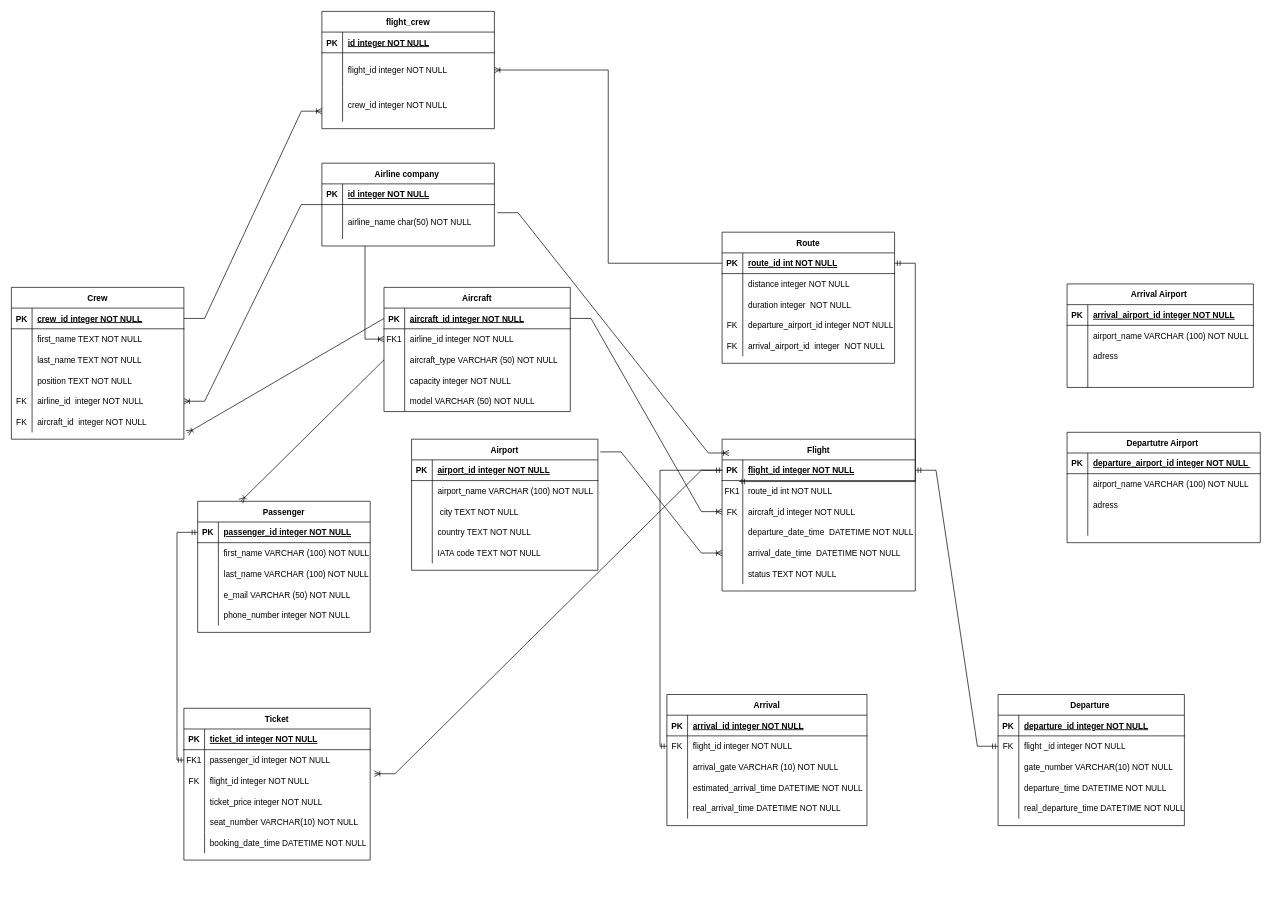
The draw.io diagram model_conceptual.drawio in vladmagosin/examen_sem_1_db, before the edit. Source tidied: cells renumbered, new cells numbered last; positions are measured from the earlier drawing's top-left corner, leaving out a move shared by most shapes. Both pictures are drawn from the tidied source at 69%, with x=0, y=0 at pixel (11, 11).
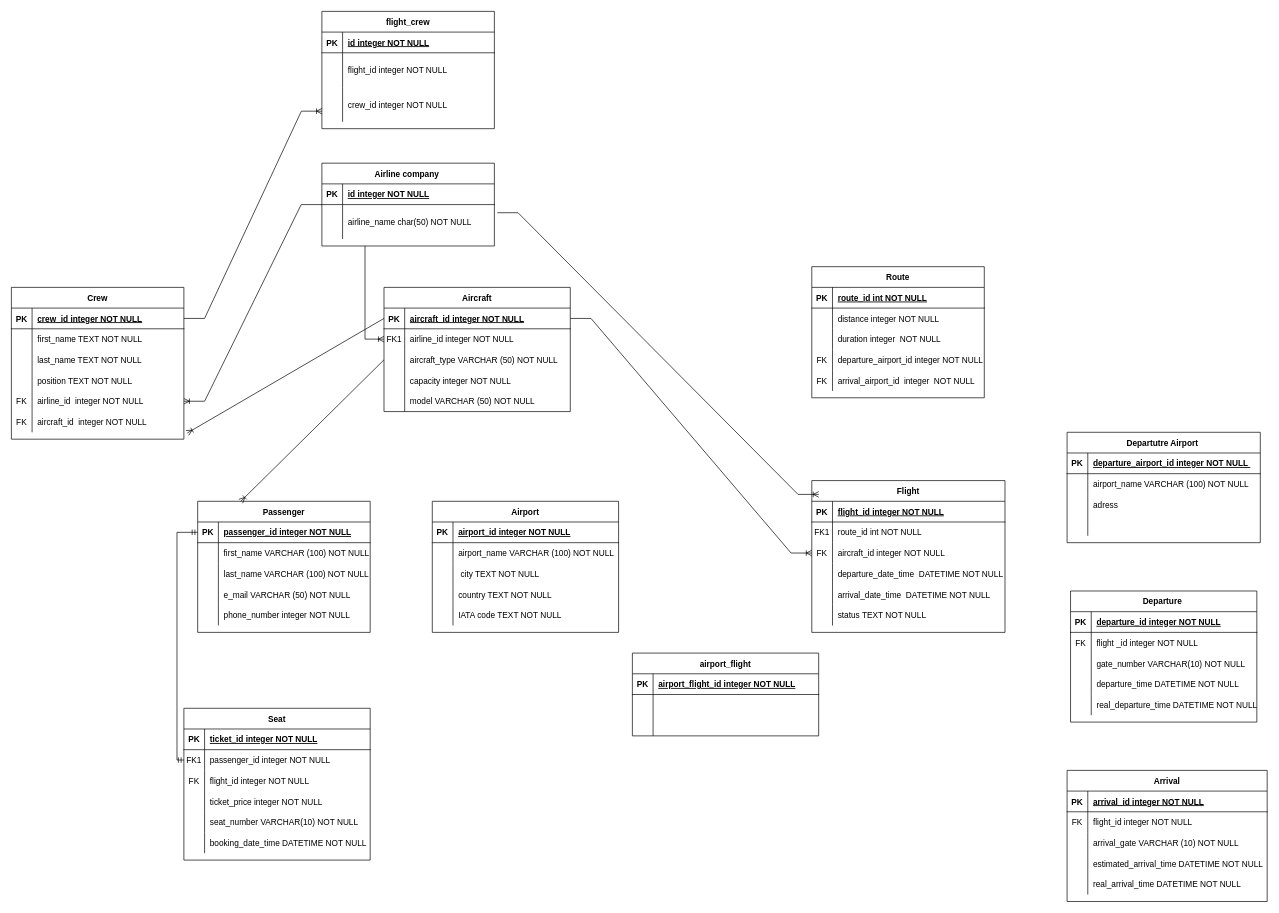
The same diagram, later.

Unchanged cells that the change refers to:
```xml
<mxCell id="42" style="shape=partialRectangle;fillColor=none;points=[[0,0.5],[1,0.5]];portConstraint=eastwest;top=0;left=0;right=0;bottom=1;" parent="41" vertex="1">
  <mxGeometry y="30" width="280" height="30" as="geometry" />
</mxCell>
<mxCell id="45" style="shape=partialRectangle;fillColor=none;points=[[0,0.5],[1,0.5]];portConstraint=eastwest;top=0;left=0;right=0;bottom=0;" parent="41" vertex="1">
  <mxGeometry y="60" width="280" height="30" as="geometry" />
</mxCell>
<mxCell id="54" style="shape=partialRectangle;fillColor=none;points=[[0,0.5],[1,0.5]];portConstraint=eastwest;top=0;left=0;right=0;bottom=0;" parent="41" vertex="1">
  <mxGeometry y="150" width="280" height="30" as="geometry" />
</mxCell>
<mxCell id="80" style="shape=partialRectangle;fillColor=none;points=[[0,0.5],[1,0.5]];portConstraint=eastwest;top=0;left=0;right=0;bottom=1;" parent="79" vertex="1">
  <mxGeometry y="30" width="250" height="30" as="geometry" />
</mxCell>
<mxCell id="118" style="shape=partialRectangle;fillColor=none;points=[[0,0.5],[1,0.5]];portConstraint=eastwest;top=0;left=0;right=0;bottom=0;" parent="111" vertex="1">
  <mxGeometry y="90" width="270" height="30" as="geometry" />
</mxCell>
<mxCell id="134" style="shape=partialRectangle;fillColor=none;points=[[0,0.5],[1,0.5]];portConstraint=eastwest;top=0;left=0;right=0;bottom=0;" parent="130" vertex="1">
  <mxGeometry y="60" width="270" height="30" as="geometry" />
</mxCell>
<mxCell id="150" style="shape=partialRectangle;fillColor=none;points=[[0,0.5],[1,0.5]];portConstraint=eastwest;top=0;left=0;right=0;bottom=0;" parent="146" vertex="1">
  <mxGeometry y="60" width="290" height="30" as="geometry" />
</mxCell>
<mxCell id="168" style="shape=partialRectangle;fillColor=none;top=0;left=0;right=0;bottom=1;" parent="167" vertex="1">
  <mxGeometry y="30" width="270" height="30" as="geometry" />
</mxCell>
<mxCell id="171" style="shape=partialRectangle;fillColor=none;top=0;left=0;right=0;bottom=0;" parent="167" vertex="1">
  <mxGeometry y="60" width="270" height="30" as="geometry" />
</mxCell>
<mxCell id="174" style="shape=partialRectangle;fillColor=none;top=0;left=0;right=0;bottom=0;" parent="167" vertex="1">
  <mxGeometry y="90" width="270" height="30" as="geometry" />
</mxCell>
<mxCell id="202" style="shape=partialRectangle;fillColor=none;points=[[0,0.5],[1,0.5]];portConstraint=eastwest;top=0;left=0;right=0;bottom=0;" parent="198" vertex="1">
  <mxGeometry y="60" width="250" height="50" as="geometry" />
</mxCell>
```

Diff of the diagram source:
```diff
@@
     <mxCell id="41" value="Flight" style="shape=table;startSize=30;childLayout=tableLayout;rowLines=0;fontStyle=1;align=center;" parent="1" vertex="1">
-      <mxGeometry x="1030" y="620" width="280" height="220" as="geometry" />
+      <mxGeometry x="1160" y="680" width="280" height="220" as="geometry" />
     </mxCell>
@@
     <mxCell id="79" value="Route" style="shape=table;startSize=30;childLayout=tableLayout;rowLines=0;fontStyle=1;align=center;" parent="1" vertex="1">
-      <mxGeometry x="1030" y="320" width="250" height="190" as="geometry" />
+      <mxGeometry x="1160" y="370" width="250" height="190" as="geometry" />
     </mxCell>
@@
     <mxCell id="95" value="Airport" style="shape=table;startSize=30;childLayout=tableLayout;rowLines=0;fontStyle=1;align=center;" parent="1" vertex="1">
-      <mxGeometry x="580" y="620" width="270" height="190" as="geometry" />
+      <mxGeometry x="610" y="710" width="270" height="190" as="geometry" />
     </mxCell>
@@
-    <mxCell id="111" value="Ticket" style="shape=table;startSize=30;childLayout=tableLayout;rowLines=0;fontStyle=1;align=center;" parent="1" vertex="1">
+    <mxCell id="111" value="Seat" style="shape=table;startSize=30;childLayout=tableLayout;rowLines=0;fontStyle=1;align=center;" parent="1" vertex="1">
       <mxGeometry x="250" y="1010" width="270" height="220" as="geometry" />
     </mxCell>
@@
     <mxCell id="130" value="Departure " style="shape=table;startSize=30;childLayout=tableLayout;rowLines=0;fontStyle=1;align=center;" parent="1" vertex="1">
-      <mxGeometry x="1430" y="990" width="270" height="190" as="geometry" />
+      <mxGeometry x="1535" y="840" width="270" height="190" as="geometry" />
     </mxCell>
@@
     <mxCell id="146" value="Arrival" style="shape=table;startSize=30;childLayout=tableLayout;rowLines=0;fontStyle=1;align=center;" parent="1" vertex="1">
-      <mxGeometry x="950" y="990" width="290" height="190" as="geometry" />
+      <mxGeometry x="1530" y="1100" width="290" height="190" as="geometry" />
     </mxCell>
@@
-    <mxCell id="167" value="Arrival Airport " style="shape=table;startSize=30;childLayout=tableLayout;rowLines=0;fontStyle=1;align=center;" parent="1" vertex="1">
-      <mxGeometry x="1530" y="395" width="270" height="150" as="geometry" />
+    <mxCell id="167" value="airport_flight" style="shape=table;startSize=30;childLayout=tableLayout;rowLines=0;fontStyle=1;align=center;" parent="1" vertex="1">
+      <mxGeometry x="900" y="930" width="270" height="120" as="geometry" />
     </mxCell>
@@
-    <mxCell id="170" value="arrival_airport_id integer NOT NULL " style="shape=partialRectangle;overflow=hidden;fillColor=none;top=0;left=0;bottom=0;right=0;align=left;spacingLeft=6;fontStyle=5;" parent="168" vertex="1">
+    <mxCell id="170" value="airport_flight_id integer NOT NULL " style="shape=partialRectangle;overflow=hidden;fillColor=none;top=0;left=0;bottom=0;right=0;align=left;spacingLeft=6;fontStyle=5;" parent="168" vertex="1">
       <mxGeometry x="30" width="240" height="30" as="geometry" />
     </mxCell>
@@
-    <mxCell id="173" value="airport_name VARCHAR (100) NOT NULL" style="shape=partialRectangle;overflow=hidden;fillColor=none;top=0;left=0;bottom=0;right=0;align=left;spacingLeft=6;" parent="171" vertex="1">
+    <mxCell id="173" style="shape=partialRectangle;overflow=hidden;fillColor=none;top=0;left=0;bottom=0;right=0;align=left;spacingLeft=6;" parent="171" vertex="1">
       <mxGeometry x="30" width="240" height="30" as="geometry" />
     </mxCell>
@@
-    <mxCell id="176" value="adress" style="shape=partialRectangle;overflow=hidden;fillColor=none;top=0;left=0;bottom=0;right=0;align=left;spacingLeft=6;" parent="174" vertex="1">
+    <mxCell id="176" style="shape=partialRectangle;overflow=hidden;fillColor=none;top=0;left=0;bottom=0;right=0;align=left;spacingLeft=6;" parent="174" vertex="1">
       <mxGeometry x="30" width="240" height="30" as="geometry" />
     </mxCell>
-    <mxCell id="177" style="shape=partialRectangle;fillColor=none;top=0;left=0;right=0;bottom=0;" parent="167" vertex="1">
-      <mxGeometry y="120" width="270" height="30" as="geometry" />
-    </mxCell>
-    <mxCell id="178" style="shape=partialRectangle;overflow=hidden;fillColor=none;top=0;left=0;bottom=0;right=0;" parent="177" vertex="1">
-      <mxGeometry width="30" height="30" as="geometry" />
-    </mxCell>
-    <mxCell id="179" style="shape=partialRectangle;overflow=hidden;fillColor=none;top=0;left=0;bottom=0;right=0;align=left;spacingLeft=6;" parent="177" vertex="1">
-      <mxGeometry x="30" width="240" height="30" as="geometry" />
-    </mxCell>
@@
-    <mxCell id="193" style="edgeStyle=entityRelationEdgeStyle;fontSize=12;html=1;endArrow=ERmandOne;startArrow=ERmandOne;rounded=0;entryX=0.088;entryY=0.047;entryDx=0;entryDy=0;entryPerimeter=0;" parent="1" edge="1" source="80" target="45">
-      <mxGeometry relative="1" as="geometry" />
-    </mxCell>
@@
-    <mxCell id="195" style="edgeStyle=entityRelationEdgeStyle;fontSize=12;html=1;endArrow=ERoneToMany;rounded=0;entryX=1.022;entryY=0.162;entryDx=0;entryDy=0;entryPerimeter=0;" parent="1" edge="1" source="42" target="118">
-      <mxGeometry relative="1" as="geometry">
-        <Array as="points">
-          <mxPoint x="690" y="1120" />
-        </Array>
-      </mxGeometry>
-    </mxCell>
-    <mxCell id="196" style="edgeStyle=entityRelationEdgeStyle;fontSize=12;html=1;endArrow=ERmandOne;startArrow=ERmandOne;rounded=0;" parent="1" edge="1" source="42" target="134">
-      <mxGeometry relative="1" as="geometry" />
-    </mxCell>
-    <mxCell id="197" style="fontSize=12;html=1;endArrow=ERmandOne;startArrow=ERmandOne;rounded=0;entryX=0;entryY=0.5;entryDx=0;entryDy=0;edgeStyle=orthogonalEdgeStyle;" parent="1" edge="1" source="42" target="150">
-      <mxGeometry relative="1" as="geometry" />
-    </mxCell>
@@
-    <mxCell id="209" style="fontSize=12;html=1;endArrow=ERoneToMany;rounded=0;entryX=1;entryY=0.5;entryDx=0;entryDy=0;exitX=0;exitY=0.5;exitDx=0;exitDy=0;edgeStyle=orthogonalEdgeStyle;" parent="1" edge="1" source="80" target="202">
-      <mxGeometry relative="1" as="geometry" />
-    </mxCell>
@@
-    <mxCell id="211" style="edgeStyle=entityRelationEdgeStyle;fontSize=12;html=1;endArrow=ERoneToMany;rounded=0;exitX=1.013;exitY=0.097;exitDx=0;exitDy=0;exitPerimeter=0;entryX=0;entryY=0.5;entryDx=0;entryDy=0;" parent="1" edge="1" source="95" target="54">
-      <mxGeometry relative="1" as="geometry" />
-    </mxCell>
```
